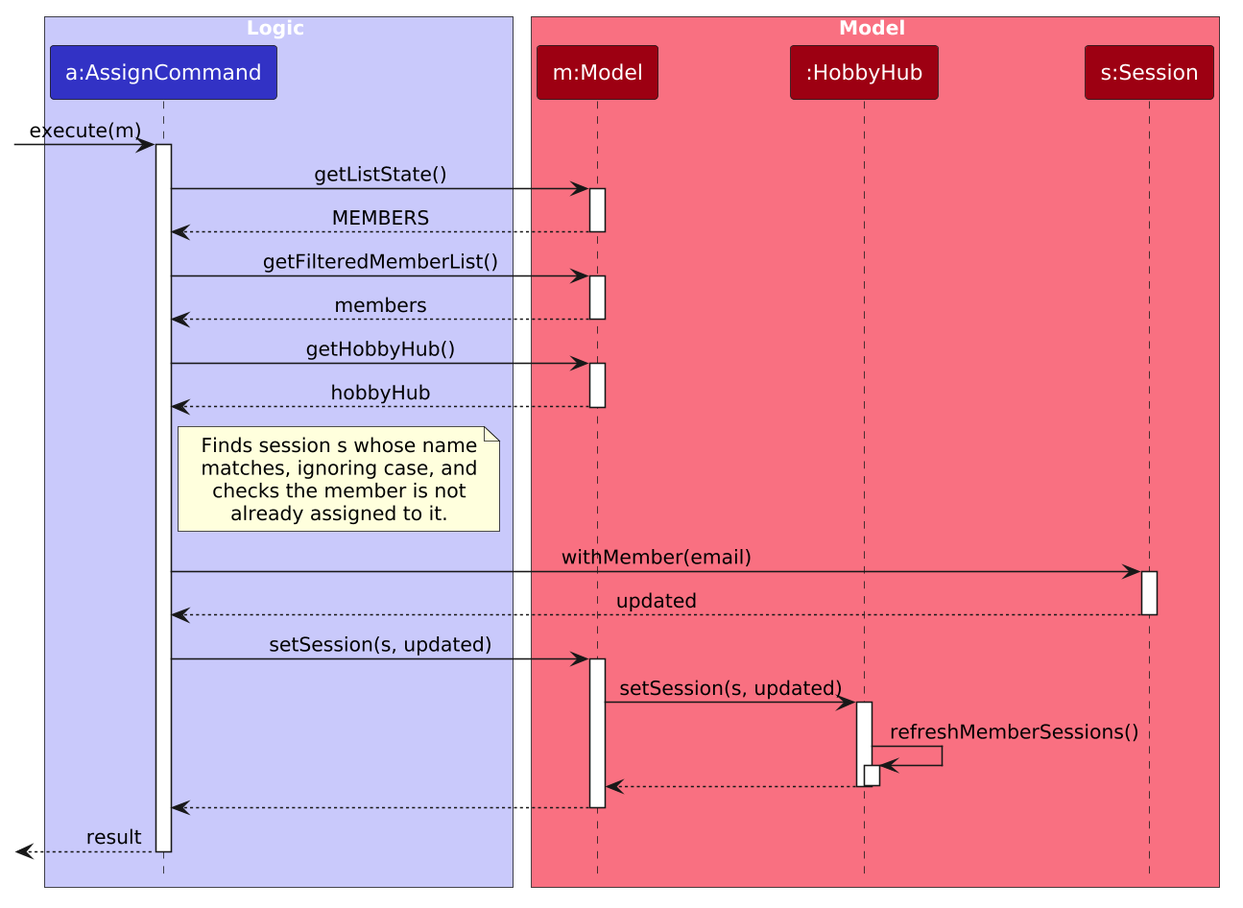
AY2627S1-CS2103T-T17-4/tp keeps this PlantUML diagram as docs/images/AssignSequenceDiagram-Model.png. Above is the earlier version. Its diagram source:
```plantuml
@startuml



!define UI_COLOR #1D8900
!define UI_COLOR_T1 #83E769
!define UI_COLOR_T2 #3FC71B
!define UI_COLOR_T3 #166800
!define UI_COLOR_T4 #0E4100

!define LOGIC_COLOR #3333C4
!define LOGIC_COLOR_T1 #C8C8FA
!define LOGIC_COLOR_T2 #6A6ADC
!define LOGIC_COLOR_T3 #1616B0
!define LOGIC_COLOR_T4 #101086

!define MODEL_COLOR #9D0012
!define MODEL_COLOR_T1 #F97181
!define MODEL_COLOR_T2 #E41F36
!define MODEL_COLOR_T3 #7B000E
!define MODEL_COLOR_T4 #51000A

!define STORAGE_COLOR #A38300
!define STORAGE_COLOR_T1 #FFE374
!define STORAGE_COLOR_T2 #EDC520
!define STORAGE_COLOR_T3 #806600
!define STORAGE_COLOR_T4 #544400

!define USER_COLOR #000000

skinparam Package {
    BackgroundColor #FFFFFF
    BorderThickness 1
    FontSize 16
}

skinparam Class {
    FontColor #FFFFFF
    FontSize 15
    BorderThickness 1
    BorderColor #FFFFFF
    StereotypeFontColor #FFFFFF
    FontName Arial
}

skinparam Actor {
    BorderColor USER_COLOR
    Color USER_COLOR
    FontName Arial
}

skinparam Sequence {
    MessageAlign center
    BoxFontSize 15
    BoxPadding 0
    BoxFontColor #FFFFFF
    FontName Arial
}

skinparam Participant {
    FontColor #FFFFFF
    Padding 20
}

skinparam ArrowFontStyle bold
skinparam MinClassWidth 50
<style>
participant {
    Padding 10
}
</style>
skinparam Shadowing false
skinparam DefaultTextAlignment center
skinparam packageStyle Rectangle

hide footbox
hide members
hide circle
skinparam ArrowFontStyle plain
skinparam dpi 150
hide footbox

box Logic LOGIC_COLOR_T1
participant "a:AssignCommand" as AssignCommand LOGIC_COLOR
end box

box Model MODEL_COLOR_T1
participant "m:Model" as Model MODEL_COLOR
participant ":HobbyHub" as HobbyHub MODEL_COLOR
participant "s:Session" as Session MODEL_COLOR
end box

[-> AssignCommand : execute(m)
activate AssignCommand

AssignCommand -> Model : getListState()
activate Model
Model --> AssignCommand : MEMBERS
deactivate Model

AssignCommand -> Model : getFilteredMemberList()
activate Model
Model --> AssignCommand : members
deactivate Model

AssignCommand -> Model : getHobbyHub()
activate Model
Model --> AssignCommand : hobbyHub
deactivate Model

note right of AssignCommand
  Finds session s whose name
  matches, ignoring case, and
  checks the member is not
  already assigned to it.
end note

AssignCommand -> Session : withMember(email)
activate Session
Session --> AssignCommand : updated
deactivate Session

AssignCommand -> Model : setSession(s, updated)
activate Model

Model -> HobbyHub : setSession(s, updated)
activate HobbyHub

HobbyHub -> HobbyHub : refreshMemberSessions()
activate HobbyHub
deactivate HobbyHub

HobbyHub --> Model
deactivate HobbyHub

Model --> AssignCommand
deactivate Model

[<-- AssignCommand : result
deactivate AssignCommand
@enduml
```
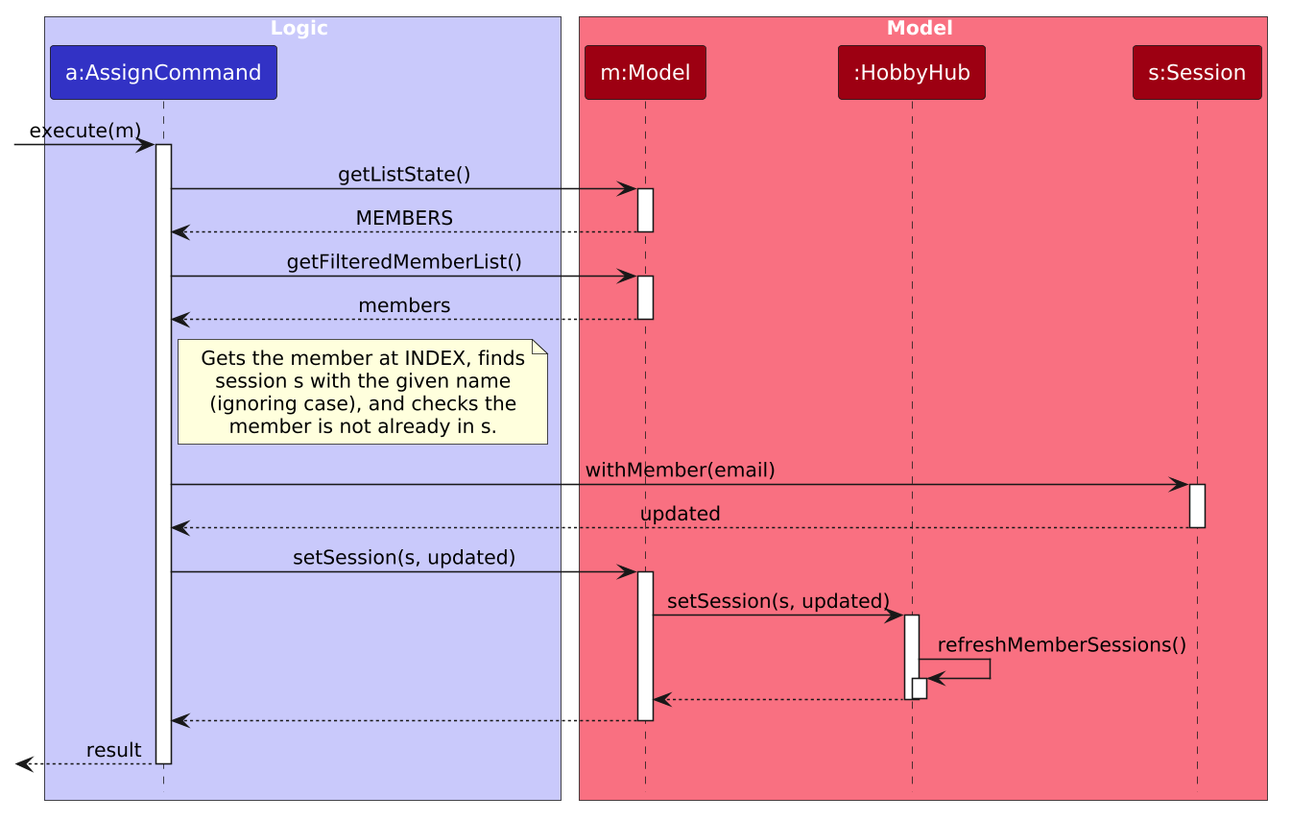
After the commit.

Commit message:
Simplify assign diagrams based on review

Diff of the diagram source:
```diff
@@ -103,16 +103,11 @@
 Model --> AssignCommand : members
 deactivate Model
 
-AssignCommand -> Model : getHobbyHub()
-activate Model
-Model --> AssignCommand : hobbyHub
-deactivate Model
-
 note right of AssignCommand
-  Finds session s whose name
-  matches, ignoring case, and
-  checks the member is not
-  already assigned to it.
+  Gets the member at INDEX, finds
+  session s with the given name
+  (ignoring case), and checks the
+  member is not already in s.
 end note
 
 AssignCommand -> Session : withMember(email)
```
